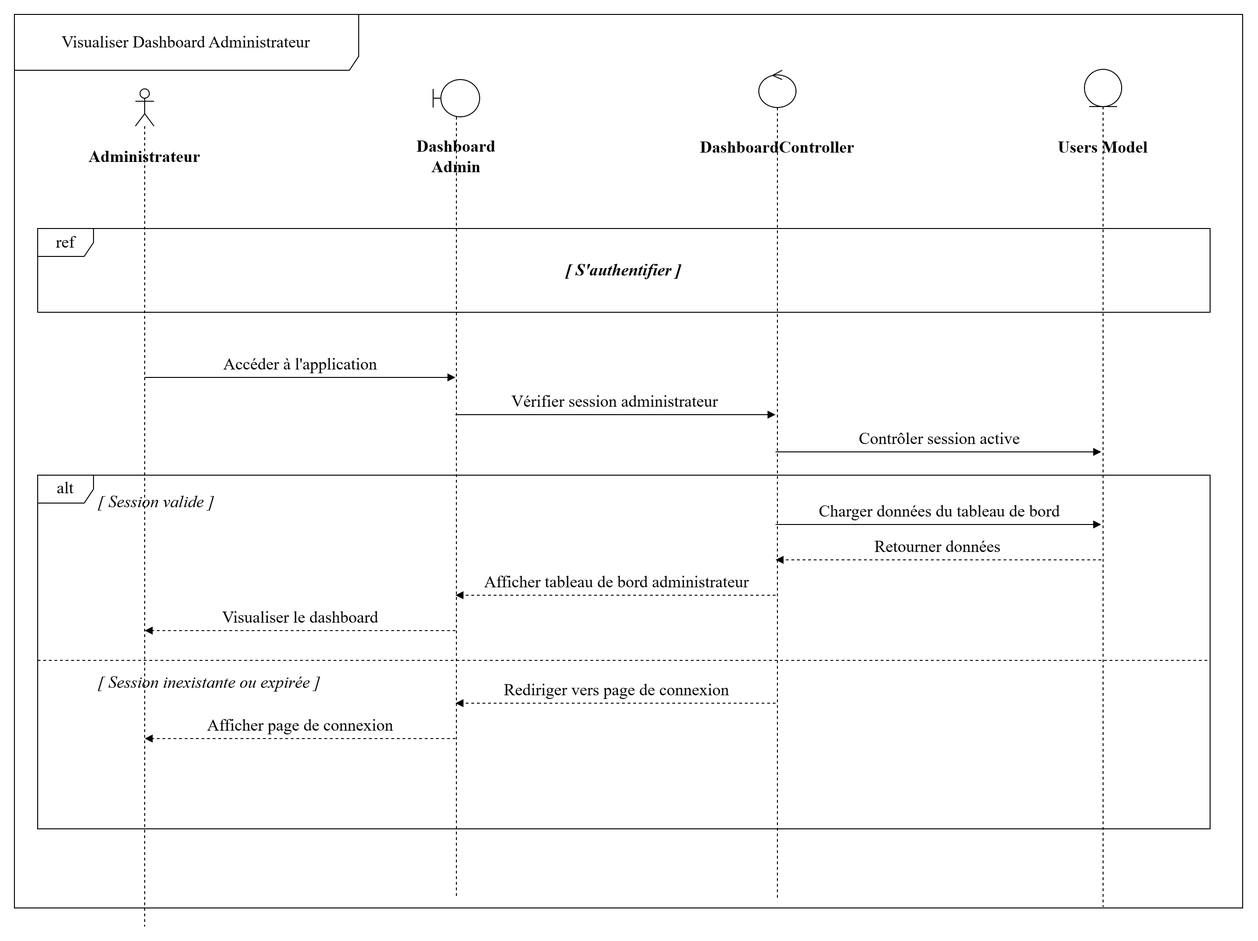
Earlier version of the draw.io export projet/images/sequence s4/dachbordad.drawio.png (louu7895/pfe). Source tidied: cells renumbered, new cells last; positions are measured from the earlier drawing's top-left corner, leaving out a move shared by most shapes.
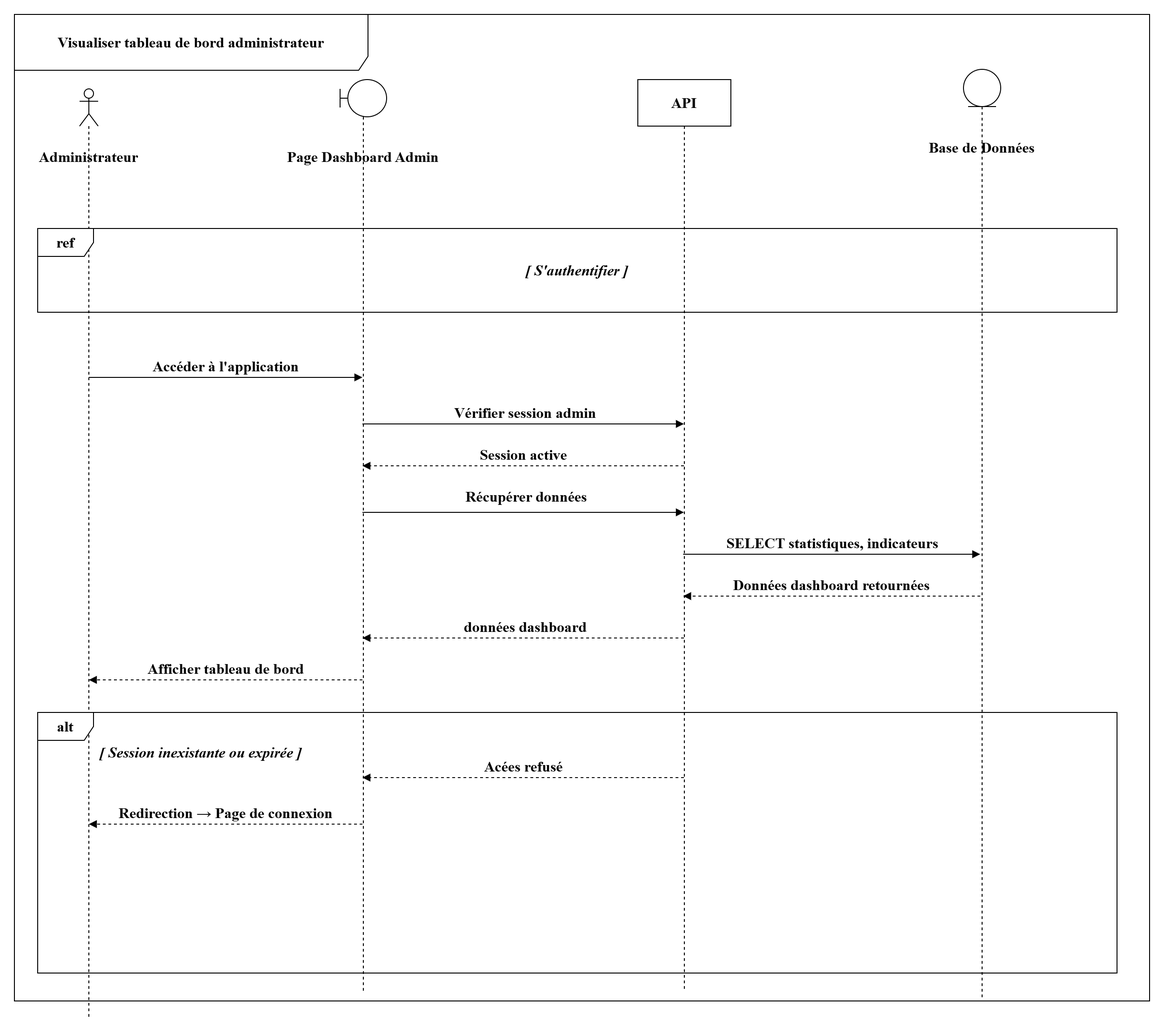
Above is the later version.

What changed in the source:
```diff
@@ -2,104 +2,97 @@
   <root>
     <mxCell id="0" />
     <mxCell id="1" parent="0" />
-    <mxCell id="2" style="shape=umlLifeline;perimeter=lifelinePerimeter;whiteSpace=wrap;html=1;newEdgeStyle={&quot;curved&quot;:0,&quot;rounded&quot;:0};participant=umlActor;fontSize=18;fontFamily=Times New Roman;" parent="1" vertex="1">
-      <mxGeometry x="130" y="80" width="20" height="900" as="geometry" />
+    <mxCell id="2" style="shape=umlLifeline;perimeter=lifelinePerimeter;whiteSpace=wrap;html=1;participant=umlActor;fontSize=16;fontFamily=Times New Roman;fontStyle=1;" parent="1" vertex="1">
+      <mxGeometry x="50" y="80" width="20" height="1000" as="geometry" />
     </mxCell>
-    <mxCell id="3" style="shape=umlLifeline;perimeter=lifelinePerimeter;whiteSpace=wrap;html=1;newEdgeStyle={&quot;curved&quot;:0,&quot;rounded&quot;:0};participant=umlBoundary;fontSize=18;fontFamily=Times New Roman;" parent="1" vertex="1">
-      <mxGeometry x="450" y="70" width="50" height="880" as="geometry" />
+    <mxCell id="3" style="shape=umlLifeline;perimeter=lifelinePerimeter;whiteSpace=wrap;html=1;participant=umlBoundary;fontSize=16;fontFamily=Times New Roman;fontStyle=1;" parent="1" vertex="1">
+      <mxGeometry x="330" y="70" width="50" height="980" as="geometry" />
     </mxCell>
-    <mxCell id="4" style="shape=umlLifeline;perimeter=lifelinePerimeter;whiteSpace=wrap;html=1;newEdgeStyle={&quot;curved&quot;:0,&quot;rounded&quot;:0};participant=umlControl;fontSize=18;fontFamily=Times New Roman;" parent="1" vertex="1">
-      <mxGeometry x="800" y="60" width="40" height="890" as="geometry" />
-    </mxCell>
-    <mxCell id="5" style="shape=umlLifeline;perimeter=lifelinePerimeter;whiteSpace=wrap;html=1;newEdgeStyle={&quot;curved&quot;:0,&quot;rounded&quot;:0};participant=umlEntity;fontSize=18;fontFamily=Times New Roman;" parent="1" vertex="1">
-      <mxGeometry x="1150" y="59" width="40" height="900" as="geometry" />
-    </mxCell>
+    <mxCell id="26" style="shape=umlLifeline;perimeter=lifelinePerimeter;whiteSpace=wrap;html=1;participant=umlEntity;fontSize=16;fontFamily=Times New Roman;fontStyle=1;" parent="1" vertex="1">
+      <mxGeometry x="1000" y="59" width="40" height="1000" as="geometry" />
+    </mxCell>
-    <mxCell id="6" value="Administrateur" style="text;html=1;whiteSpace=wrap;strokeColor=none;fillColor=none;align=center;verticalAlign=middle;rounded=0;fontSize=18;fontStyle=1;fontFamily=Times New Roman;" parent="1" vertex="1">
-      <mxGeometry x="65" y="140" width="150" height="25" as="geometry" />
+    <mxCell id="6" value="Administrateur" style="text;html=1;whiteSpace=wrap;strokeColor=none;fillColor=none;align=center;verticalAlign=middle;rounded=0;fontSize=16;fontStyle=1;fontFamily=Times New Roman;" parent="1" vertex="1">
+      <mxGeometry x="-20" y="140" width="160" height="25" as="geometry" />
     </mxCell>
-    <mxCell id="7" value="Dashboard&lt;div&gt;Admin&lt;/div&gt;" style="text;html=1;whiteSpace=wrap;strokeColor=none;fillColor=none;align=center;verticalAlign=middle;rounded=0;fontSize=18;fontStyle=1;fontFamily=Times New Roman;" parent="1" vertex="1">
-      <mxGeometry x="375" y="140" width="200" height="25" as="geometry" />
+    <mxCell id="7" value="Page Dashboard Admin" style="text;html=1;whiteSpace=wrap;strokeColor=none;fillColor=none;align=center;verticalAlign=middle;rounded=0;fontSize=16;fontStyle=1;fontFamily=Times New Roman;" parent="1" vertex="1">
+      <mxGeometry x="235" y="140" width="240" height="25" as="geometry" />
     </mxCell>
-    <mxCell id="8" value="DashboardController" style="text;html=1;whiteSpace=wrap;strokeColor=none;fillColor=none;align=center;verticalAlign=middle;rounded=0;fontSize=18;fontStyle=1;fontFamily=Times New Roman;" parent="1" vertex="1">
-      <mxGeometry x="730" y="130" width="180" height="25" as="geometry" />
-    </mxCell>
-    <mxCell id="9" value="Users Model" style="text;html=1;whiteSpace=wrap;strokeColor=none;fillColor=none;align=center;verticalAlign=middle;rounded=0;fontSize=18;fontStyle=1;fontFamily=Times New Roman;" parent="1" vertex="1">
-      <mxGeometry x="1090" y="130" width="160" height="25" as="geometry" />
-    </mxCell>
+    <mxCell id="27" value="Base de Données" style="text;html=1;whiteSpace=wrap;strokeColor=none;fillColor=none;align=center;verticalAlign=middle;rounded=0;fontSize=16;fontStyle=1;fontFamily=Times New Roman;" parent="1" vertex="1">
+      <mxGeometry x="935" y="130" width="170" height="25" as="geometry" />
+    </mxCell>
-    <mxCell id="10" value="Visualiser Dashboard Administrateur" style="shape=umlFrame;whiteSpace=wrap;html=1;width=370;height=60;fontSize=18;fontFamily=Times New Roman;" parent="1" vertex="1">
-      <mxGeometry width="1320" height="960" as="geometry" />
+    <mxCell id="10" value="Visualiser tableau de bord administrateur" style="shape=umlFrame;whiteSpace=wrap;html=1;width=380;height=60;fontSize=16;fontFamily=Times New Roman;fontStyle=1;" parent="1" vertex="1">
+      <mxGeometry x="-20" width="1220" height="1060" as="geometry" />
     </mxCell>
-    <mxCell id="11" value="ref" style="shape=umlFrame;whiteSpace=wrap;html=1;fontSize=18;fontFamily=Times New Roman;" parent="1" vertex="1">
-      <mxGeometry x="25" y="230" width="1260" height="90" as="geometry" />
+    <mxCell id="11" value="ref" style="shape=umlFrame;whiteSpace=wrap;html=1;fontSize=16;fontFamily=Times New Roman;fontStyle=1;" parent="1" vertex="1">
+      <mxGeometry x="5" y="230" width="1160" height="90" as="geometry" />
     </mxCell>
-    <mxCell id="12" value="[ S'authentifier ]" style="text;html=1;whiteSpace=wrap;strokeColor=none;fillColor=none;align=center;verticalAlign=middle;rounded=0;fontSize=18;fontStyle=3;fontFamily=Times New Roman;" parent="1" vertex="1">
-      <mxGeometry x="555" y="260" width="200" height="30" as="geometry" />
+    <mxCell id="12" value="[ S'authentifier ]" style="text;html=1;whiteSpace=wrap;strokeColor=none;fillColor=none;align=center;verticalAlign=middle;rounded=0;fontSize=16;fontStyle=3;fontFamily=Times New Roman;" parent="1" vertex="1">
+      <mxGeometry x="485" y="260" width="200" height="30" as="geometry" />
     </mxCell>
-    <mxCell id="13" value="Accéder à l'application" style="html=1;verticalAlign=bottom;endArrow=block;curved=0;rounded=0;fontSize=18;fontFamily=Times New Roman;" parent="1" edge="1">
+    <mxCell id="13" value="Accéder à l'application" style="html=1;verticalAlign=bottom;endArrow=block;curved=0;rounded=0;fontSize=16;fontFamily=Times New Roman;fontStyle=1;" parent="1" edge="1">
       <mxGeometry relative="1" as="geometry">
-        <mxPoint x="140" y="390" as="sourcePoint" />
-        <mxPoint x="474" y="390" as="targetPoint" />
+        <mxPoint x="60" y="390" as="sourcePoint" />
+        <mxPoint x="354" y="390" as="targetPoint" />
       </mxGeometry>
     </mxCell>
-    <mxCell id="14" value="Vérifier session administrateur" style="html=1;verticalAlign=bottom;endArrow=block;curved=0;rounded=0;fontSize=18;fontFamily=Times New Roman;" parent="1" edge="1">
+    <mxCell id="14" value="&amp;nbsp;Vérifier session admin" style="html=1;verticalAlign=bottom;endArrow=block;curved=0;rounded=0;fontSize=16;fontFamily=Times New Roman;fontStyle=1;" parent="1" edge="1">
       <mxGeometry relative="1" as="geometry">
-        <mxPoint x="474" y="430" as="sourcePoint" />
-        <mxPoint x="818" y="430" as="targetPoint" />
+        <mxPoint x="354" y="440" as="sourcePoint" />
+        <mxPoint x="699.5" y="440" as="targetPoint" />
       </mxGeometry>
     </mxCell>
-    <mxCell id="15" value="Contrôler session active" style="html=1;verticalAlign=bottom;endArrow=block;curved=0;rounded=0;fontSize=18;fontFamily=Times New Roman;" parent="1" edge="1">
+    <mxCell id="15" value="Session active" style="html=1;verticalAlign=bottom;endArrow=block;curved=1;rounded=0;dashed=1;fontSize=16;fontFamily=Times New Roman;fontStyle=1;" parent="1" edge="1">
       <mxGeometry relative="1" as="geometry">
-        <mxPoint x="818" y="470" as="sourcePoint" />
-        <mxPoint x="1168" y="470" as="targetPoint" />
+        <mxPoint x="699.5" y="485" as="sourcePoint" />
+        <mxPoint x="354" y="485" as="targetPoint" />
       </mxGeometry>
     </mxCell>
-    <mxCell id="16" value="alt" style="shape=umlFrame;whiteSpace=wrap;html=1;fontSize=18;fontFamily=Times New Roman;" parent="1" vertex="1">
-      <mxGeometry x="25" y="495" width="1260" height="380" as="geometry" />
-    </mxCell>
-    <mxCell id="17" value="[ Session valide ]" style="text;html=1;whiteSpace=wrap;strokeColor=none;fillColor=none;align=left;verticalAlign=middle;rounded=0;fontSize=18;fontStyle=2;fontFamily=Times New Roman;" parent="1" vertex="1">
-      <mxGeometry x="88" y="511" width="200" height="25" as="geometry" />
-    </mxCell>
-    <mxCell id="18" value="Charger données du tableau de bord" style="html=1;verticalAlign=bottom;endArrow=block;curved=0;rounded=0;fontSize=18;fontFamily=Times New Roman;" parent="1" edge="1">
-      <mxGeometry relative="1" as="geometry">
-        <mxPoint x="818" y="548" as="sourcePoint" />
-        <mxPoint x="1168" y="548" as="targetPoint" />
+    <mxCell id="18" value="Récupérer données" style="html=1;verticalAlign=bottom;endArrow=block;curved=0;rounded=0;fontSize=16;fontFamily=Times New Roman;fontStyle=1;fontStyle=1;" parent="1" edge="1">
+      <mxGeometry x="0.02" y="5" relative="1" as="geometry">
+        <mxPoint x="354" y="535" as="sourcePoint" />
+        <mxPoint x="699.5" y="535" as="targetPoint" />
       </mxGeometry>
     </mxCell>
-    <mxCell id="19" value="Retourner données" style="html=1;verticalAlign=bottom;endArrow=block;curved=1;rounded=0;dashed=1;fontSize=18;fontFamily=Times New Roman;" parent="1" edge="1">
+    <mxCell id="19" value="SELECT statistiques, indicateurs" style="html=1;verticalAlign=bottom;endArrow=block;curved=0;rounded=0;fontSize=16;fontFamily=Times New Roman;fontStyle=1;" parent="1" edge="1" source="29">
       <mxGeometry relative="1" as="geometry">
-        <mxPoint x="1168" y="586" as="sourcePoint" />
-        <mxPoint x="818" y="586" as="targetPoint" />
+        <mxPoint x="1018" y="580" as="targetPoint" />
       </mxGeometry>
     </mxCell>
-    <mxCell id="20" value="Afficher tableau de bord administrateur" style="html=1;verticalAlign=bottom;endArrow=block;curved=1;rounded=0;dashed=1;fontSize=18;fontFamily=Times New Roman;" parent="1" edge="1">
+    <mxCell id="20" value="Données dashboard retournées" style="html=1;verticalAlign=bottom;endArrow=block;curved=1;rounded=0;dashed=1;fontSize=16;fontFamily=Times New Roman;fontStyle=1;" parent="1" edge="1" target="29">
       <mxGeometry relative="1" as="geometry">
-        <mxPoint x="818" y="624" as="sourcePoint" />
-        <mxPoint x="474" y="624" as="targetPoint" />
+        <mxPoint x="1018" y="625" as="sourcePoint" />
       </mxGeometry>
     </mxCell>
-    <mxCell id="21" value="Visualiser le dashboard" style="html=1;verticalAlign=bottom;endArrow=block;curved=1;rounded=0;dashed=1;fontSize=18;fontFamily=Times New Roman;" parent="1" edge="1">
+    <mxCell id="21" value="&amp;nbsp;données dashboard" style="html=1;verticalAlign=bottom;endArrow=block;curved=1;rounded=0;dashed=1;fontSize=16;fontFamily=Times New Roman;fontStyle=1;" parent="1" edge="1" source="29">
       <mxGeometry relative="1" as="geometry">
-        <mxPoint x="474" y="662" as="sourcePoint" />
-        <mxPoint x="140" y="662" as="targetPoint" />
+        <mxPoint x="354" y="670" as="targetPoint" />
       </mxGeometry>
     </mxCell>
-    <mxCell id="22" style="line;strokeWidth=1;fillColor=none;align=left;verticalAlign=middle;spacingTop=-1;spacingLeft=3;spacingRight=3;labelPosition=right;strokeColor=inherit;dashed=1;fontSize=18;fontFamily=Times New Roman;" parent="1" vertex="1">
-      <mxGeometry x="25" y="690" width="1260" height="8" as="geometry" />
-    </mxCell>
+    <mxCell id="24" value="Afficher tableau de bord" style="html=1;verticalAlign=bottom;endArrow=block;curved=1;rounded=0;dashed=1;fontSize=16;fontFamily=Times New Roman;fontStyle=1;" parent="1" edge="1">
+      <mxGeometry relative="1" as="geometry">
+        <mxPoint x="354" y="715" as="sourcePoint" />
+        <mxPoint x="60" y="715" as="targetPoint" />
+      </mxGeometry>
+    </mxCell>
+    <mxCell id="16" value="alt" style="shape=umlFrame;whiteSpace=wrap;html=1;fontSize=16;fontFamily=Times New Roman;fontStyle=1;" parent="1" vertex="1">
+      <mxGeometry x="5" y="750" width="1160" height="280" as="geometry" />
+    </mxCell>
-    <mxCell id="23" value="[ Session inexistante ou expirée ]" style="text;html=1;whiteSpace=wrap;strokeColor=none;fillColor=none;align=left;verticalAlign=middle;rounded=0;fontSize=18;fontStyle=2;fontFamily=Times New Roman;" parent="1" vertex="1">
-      <mxGeometry x="88" y="705" width="280" height="25" as="geometry" />
+    <mxCell id="23" value="[ Session inexistante ou expirée ]" style="text;html=1;whiteSpace=wrap;strokeColor=none;fillColor=none;align=left;verticalAlign=middle;rounded=0;fontSize=16;fontStyle=3;fontFamily=Times New Roman;" parent="1" vertex="1">
+      <mxGeometry x="70" y="780" width="300" height="25" as="geometry" />
     </mxCell>
-    <mxCell id="24" value="Rediriger vers page de connexion" style="html=1;verticalAlign=bottom;endArrow=block;curved=1;rounded=0;dashed=1;fontSize=18;fontFamily=Times New Roman;" parent="1" edge="1">
-      <mxGeometry relative="1" as="geometry">
-        <mxPoint x="818" y="740" as="sourcePoint" />
-        <mxPoint x="474" y="740" as="targetPoint" />
-      </mxGeometry>
-    </mxCell>
-    <mxCell id="25" value="Afficher page de connexion" style="html=1;verticalAlign=bottom;endArrow=block;curved=1;rounded=0;dashed=1;fontSize=18;fontFamily=Times New Roman;" parent="1" edge="1">
+    <mxCell id="25" value="Acées refusé" style="html=1;verticalAlign=bottom;endArrow=block;curved=1;rounded=0;dashed=1;fontSize=16;fontFamily=Times New Roman;fontStyle=1;" parent="1" edge="1" source="29">
       <mxGeometry relative="1" as="geometry">
-        <mxPoint x="474" y="778" as="sourcePoint" />
-        <mxPoint x="140" y="778" as="targetPoint" />
+        <mxPoint x="354" y="820" as="targetPoint" />
       </mxGeometry>
     </mxCell>
+    <mxCell id="28" value="Redirection → Page de connexion" style="html=1;verticalAlign=bottom;endArrow=block;curved=1;rounded=0;dashed=1;fontSize=16;fontFamily=Times New Roman;fontStyle=1;" parent="1" edge="1">
+      <mxGeometry relative="1" as="geometry">
+        <mxPoint x="354" y="870" as="sourcePoint" />
+        <mxPoint x="60" y="870" as="targetPoint" />
+      </mxGeometry>
+    </mxCell>
+    <mxCell id="29" value="&lt;span style=&quot;font-family: &amp;quot;Times New Roman&amp;quot;; font-size: 16px; font-weight: 700;&quot;&gt;API&lt;/span&gt;" style="shape=umlLifeline;perimeter=lifelinePerimeter;whiteSpace=wrap;html=1;outlineConnect=0;portConstraint=eastwest;newEdgeStyle={&quot;curved&quot;:0,&quot;rounded&quot;:0};size=50;" parent="1" vertex="1">
+      <mxGeometry x="650" y="70" width="100" height="980" as="geometry" />
+    </mxCell>
   </root>
 </mxGraphModel>
```
